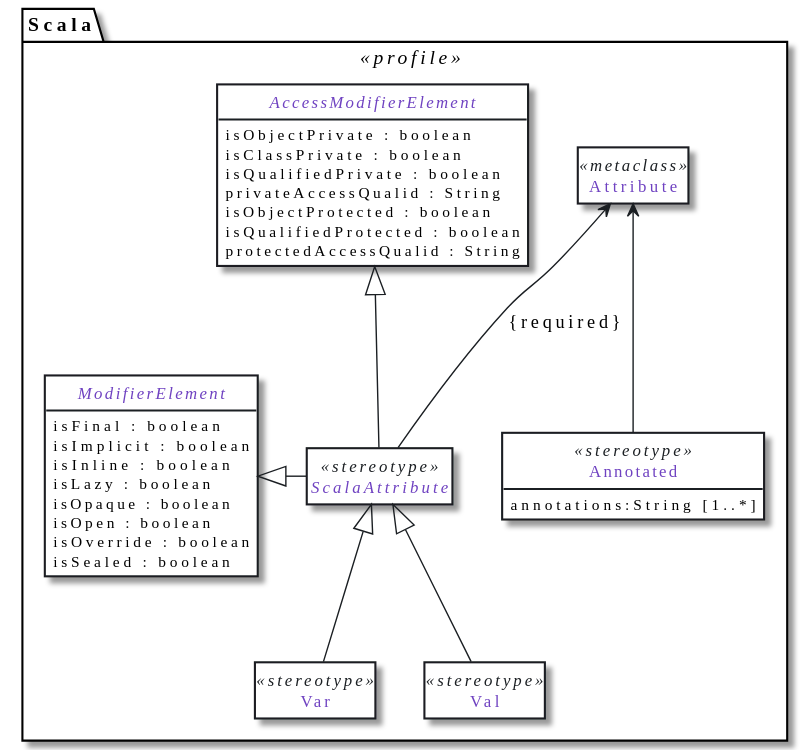
Earlier version of the PlantUML export out/uml-meta-model-extensions/scala.profile.attribute/scala.profile.attribute.svg (tizuck/scala-uml-diagrams). Its diagram source:
```plantuml
@startuml
 package Scala <<profile>> {
    class Attribute <<metaclass>>
    abstract class ScalaAttribute <<stereotype>>

    abstract class AccessModifierElement {
        isObjectPrivate : boolean
        isClassPrivate : boolean
        isQualifiedPrivate : boolean
        privateAccessQualid : String
        isObjectProtected : boolean
        isQualifiedProtected : boolean
        protectedAccessQualid : String
    }

    abstract class ModifierElement {
        isFinal : boolean
        isImplicit : boolean
        isInline : boolean
        isLazy : boolean
        isOpaque : boolean
        isOpen : boolean
        isOverride : boolean
        isSealed : boolean
    }

    class Var <<stereotype>>
    class Val <<stereotype>>
    class Annotated <<stereotype>>  {
        annotations:String [1..*]
    }

    AccessModifierElement <|-- ScalaAttribute
    ScalaAttribute -left-|> ModifierElement
    Attribute <-- ScalaAttribute : {required}
    ScalaAttribute <|-- Var
    ScalaAttribute <|-- Val
    Attribute <-- Annotated

 }

hide circle
hide <<metaclass>> members
hide methods
hide Var members
hide Val members
hide ScalaAttribute members

skinparam defaultFontName Source Code Pro

skinparam ClassStereotypeFontColor #1b1f23

skinparam class {
    BackgroundColor White
    BorderColor #1b1f23
    ArrowColor #1b1f23
    FontColor #6f42c1
}

skinparam note {
    BackgroundColor White
    BorderColor #1b1f23
    ArrowColor #1b1f23
    FontColor #d73a49
}


skinparam stereotype {
    FontColor #d73a49
}
@enduml
```
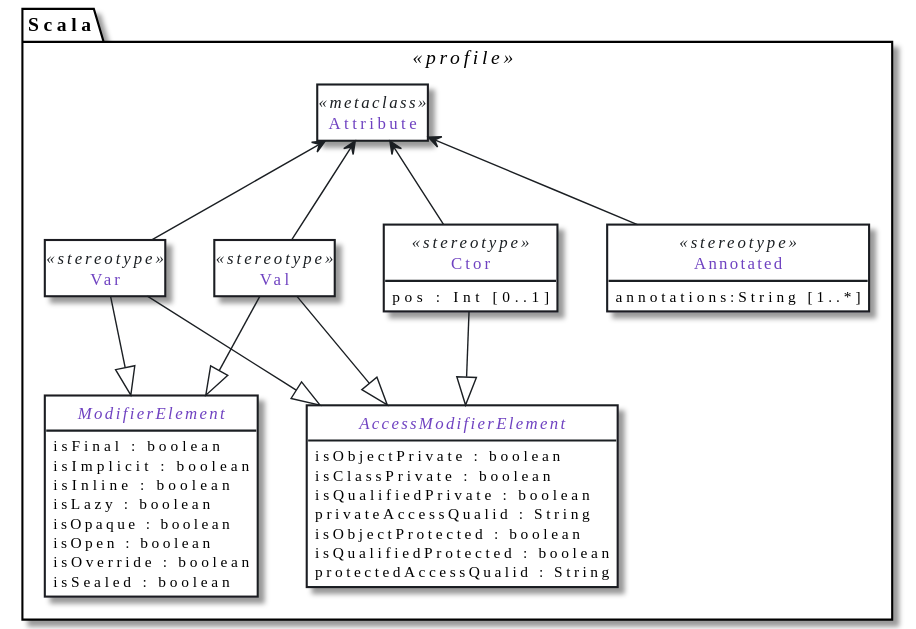
Later version of the same file.

The edit, as a diff of the source:
```diff
@@ -1,7 +1,6 @@
 @startuml
  package Scala <<profile>> {
     class Attribute <<metaclass>>
-    abstract class ScalaAttribute <<stereotype>>
 
     abstract class AccessModifierElement {
         isObjectPrivate : boolean
@@ -26,17 +25,22 @@
 
     class Var <<stereotype>>
     class Val <<stereotype>>
+    class Ctor <<stereotype>> {
+        pos : Int [0..1]
+    }
     class Annotated <<stereotype>>  {
         annotations:String [1..*]
     }
 
-    AccessModifierElement <|-- ScalaAttribute
-    ScalaAttribute -left-|> ModifierElement
-    Attribute <-- ScalaAttribute : {required}
-    ScalaAttribute <|-- Var
-    ScalaAttribute <|-- Val
+    Var --|> ModifierElement
+    Val --|> ModifierElement
+    Var --|> AccessModifierElement
+    Val --|> AccessModifierElement
     Attribute <-- Annotated
-
+    Attribute <-- Var
+    Attribute <-- Val
+    Attribute <-- Ctor
+    Ctor --|> AccessModifierElement
  }
 
 hide circle
@@ -44,7 +48,6 @@
 hide methods
 hide Var members
 hide Val members
-hide ScalaAttribute members
 
 skinparam defaultFontName Source Code Pro
 
```
